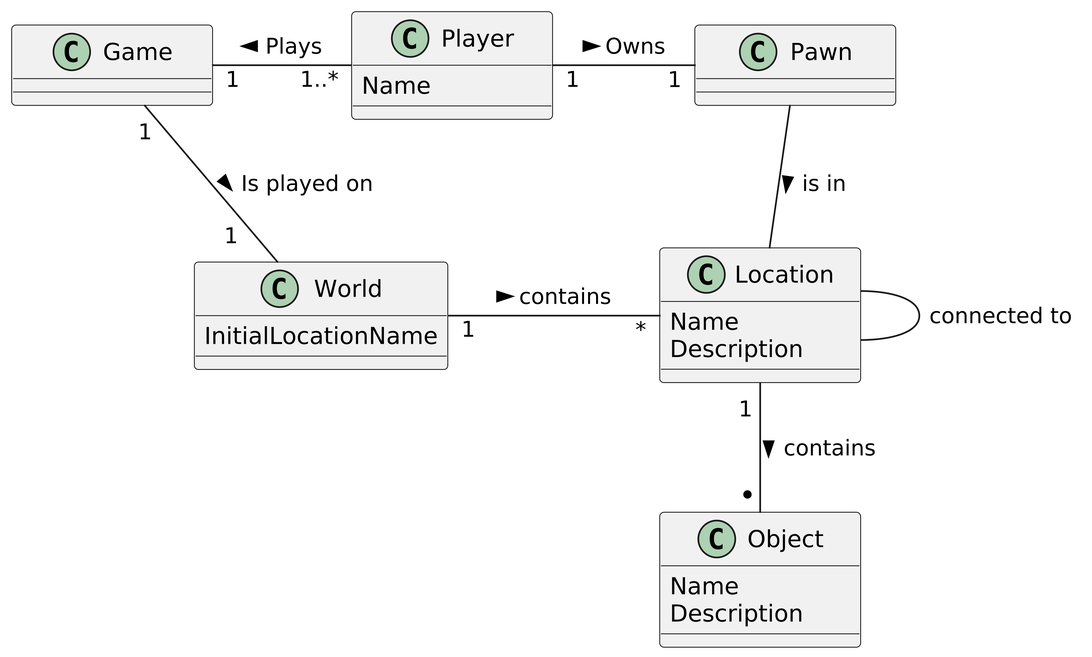
Before: Folien/Python/Completed/Woche 2/img/adv-domain-03.png, a diagram exported from PlantUML (Coding-Academy-Munich/csharp-clean-code-de). The source it was exported from:
```plantuml
@startuml
skinparamlocked dpi 600
skinparam MinClassWidth 120

class Game
class Player {
    Name
}
class Pawn
class World {
    InitialLocationName
}
class Location{
    Name
    Description
}
class Object {
    Name
    Description
}

Game "1   " - "  1..*" Player : Plays <
Player "1   " - "   1" Pawn  : Owns >
Game "1" -down- "1    " World : Is played on >
World "1      " - "      *" Location : contains >
Pawn -- Location : is in >
Location -- Location : connected to
Location "1 " -- "* " Object : contains >
@enduml
```
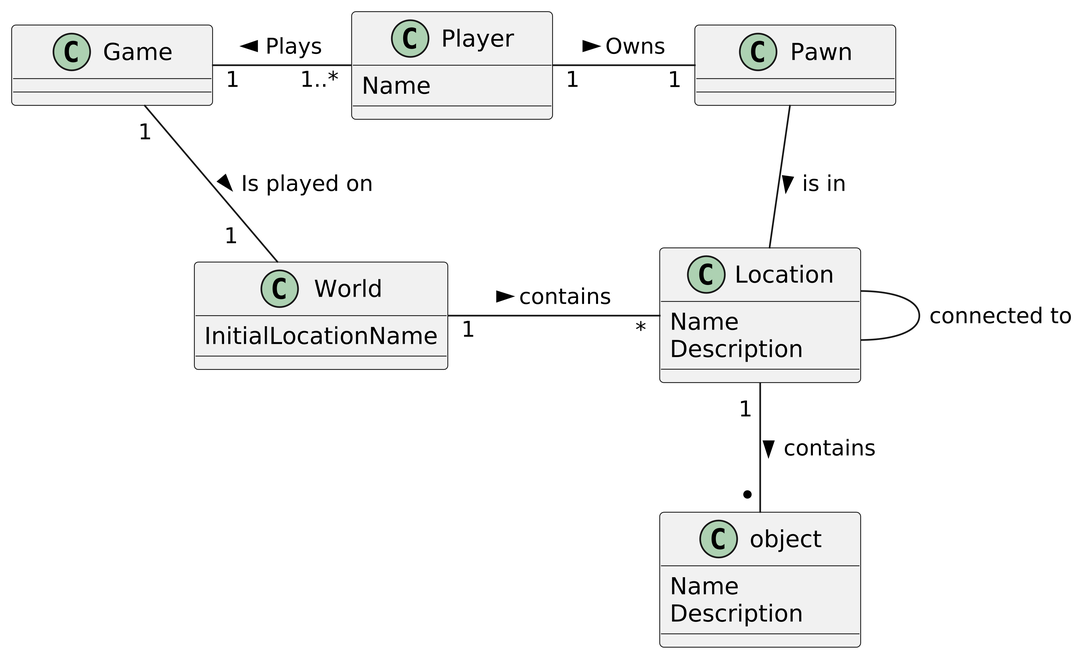
The same file after the commit.

The edit, as a diff of the source:
```diff
@@ -14,7 +14,7 @@
     Name
     Description
 }
-class Object {
+class object {
     Name
     Description
 }
@@ -25,5 +25,5 @@
 World "1      " - "      *" Location : contains >
 Pawn -- Location : is in >
 Location -- Location : connected to
-Location "1 " -- "* " Object : contains >
+Location "1 " -- "* " object : contains >
 @enduml
```
